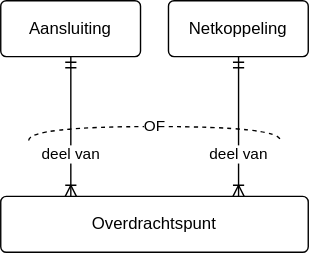
The draw.io diagram docs/assets/images/wegwijs4.drawio.svg in sefanja/nbnl-conceptuele-informatiemodellen, before a commit. Source tidied: cells renumbered, new cells last; positions are measured from the earlier drawing's top-left corner, leaving out a move shared by most shapes. Its diagram source:
```xml
<mxGraphModel>
  <root>
    <mxCell id="0" />
    <mxCell id="1" parent="0" />
    <mxCell id="2" value="Aansluiting" style="rounded=1;arcSize=10;whiteSpace=wrap;html=1;align=center;" parent="1" vertex="1">
      <mxGeometry width="100" height="40" as="geometry" />
    </mxCell>
    <mxCell id="3" value="Netkoppeling" style="rounded=1;arcSize=10;whiteSpace=wrap;html=1;align=center;" parent="1" vertex="1">
      <mxGeometry x="120" width="100" height="40" as="geometry" />
    </mxCell>
    <mxCell id="4" value="Overdrachtspunt" style="rounded=1;arcSize=10;whiteSpace=wrap;html=1;align=center;" parent="1" vertex="1">
      <mxGeometry y="140" width="220" height="40" as="geometry" />
    </mxCell>
    <mxCell id="5" value="deel van" style="endArrow=ERmandOne;html=1;rounded=0;startArrow=ERoneToMany;startFill=0;endFill=0;edgeStyle=elbowEdgeStyle;" parent="1" edge="1" source="4" target="2">
      <mxGeometry x="-0.4" relative="1" as="geometry" />
    </mxCell>
    <mxCell id="6" value="deel van" style="endArrow=ERmandOne;html=1;rounded=0;startArrow=ERoneToMany;startFill=0;endFill=0;edgeStyle=elbowEdgeStyle;" parent="1" edge="1" source="4" target="3">
      <mxGeometry x="-0.4" relative="1" as="geometry" />
    </mxCell>
    <mxCell id="7" value="OF" style="endArrow=none;dashed=1;html=1;rounded=0;edgeStyle=orthogonalEdgeStyle;curved=1;" parent="1" edge="1">
      <mxGeometry relative="1" as="geometry">
        <mxPoint x="20" y="100" as="sourcePoint" />
        <mxPoint x="200" y="100" as="targetPoint" />
        <Array as="points">
          <mxPoint x="20" y="90" />
          <mxPoint x="200" y="90" />
        </Array>
      </mxGeometry>
    </mxCell>
  </root>
</mxGraphModel>
```
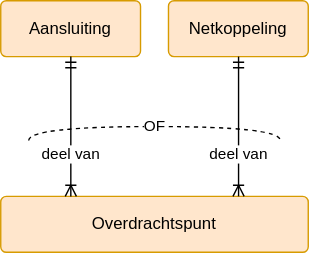
The same file after the commit.

The edit, as a diff of the source:
```diff
@@ -2,13 +2,13 @@
   <root>
     <mxCell id="0" />
     <mxCell id="1" parent="0" />
-    <mxCell id="2" value="Aansluiting" style="rounded=1;arcSize=10;whiteSpace=wrap;html=1;align=center;" parent="1" vertex="1">
+    <mxCell id="2" value="Aansluiting" style="rounded=1;arcSize=10;whiteSpace=wrap;html=1;align=center;fillColor=#ffe6cc;strokeColor=#d79b00;" parent="1" vertex="1">
       <mxGeometry width="100" height="40" as="geometry" />
     </mxCell>
-    <mxCell id="3" value="Netkoppeling" style="rounded=1;arcSize=10;whiteSpace=wrap;html=1;align=center;" parent="1" vertex="1">
+    <mxCell id="3" value="Netkoppeling" style="rounded=1;arcSize=10;whiteSpace=wrap;html=1;align=center;fillColor=#ffe6cc;strokeColor=#d79b00;" parent="1" vertex="1">
       <mxGeometry x="120" width="100" height="40" as="geometry" />
     </mxCell>
-    <mxCell id="4" value="Overdrachtspunt" style="rounded=1;arcSize=10;whiteSpace=wrap;html=1;align=center;" parent="1" vertex="1">
+    <mxCell id="4" value="Overdrachtspunt" style="rounded=1;arcSize=10;whiteSpace=wrap;html=1;align=center;fillColor=#ffe6cc;strokeColor=#d79b00;" parent="1" vertex="1">
       <mxGeometry y="140" width="220" height="40" as="geometry" />
     </mxCell>
     <mxCell id="5" value="deel van" style="endArrow=ERmandOne;html=1;rounded=0;startArrow=ERoneToMany;startFill=0;endFill=0;edgeStyle=elbowEdgeStyle;" parent="1" edge="1" source="4" target="2">
```
